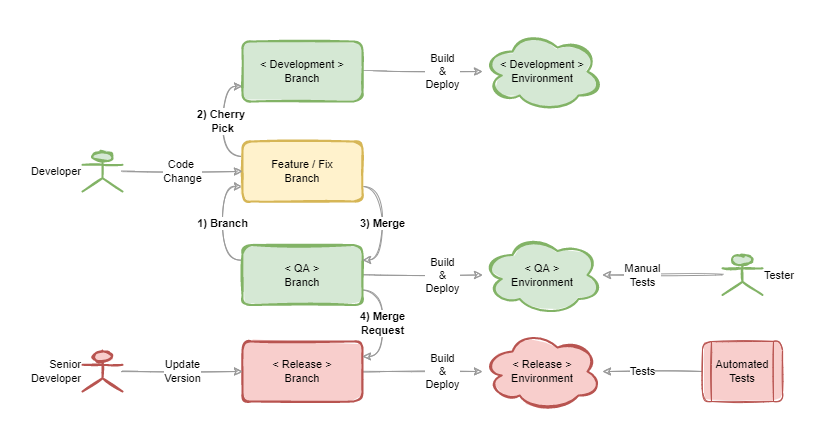
This is gitlab-flow-02-release-flow.drawio.png from andylke/docs-gitlab-flow, a draw.io export, as it was before one commit. Source tidied: cells renumbered, new cells last; positions are measured from the earlier drawing's top-left corner, leaving out a move shared by most shapes.
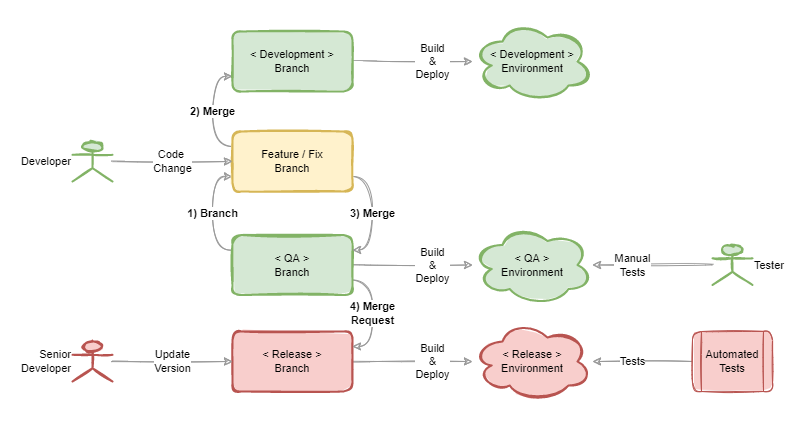
Above is the later version.

The edit, as a diff of the source:
```diff
@@ -20,7 +20,7 @@
     <mxCell id="7" value="&amp;lt; QA &amp;gt;&lt;br style=&quot;font-size: 11px;&quot;&gt;Branch" style="rounded=1;whiteSpace=wrap;html=1;sketch=1;fontSize=11;strokeColor=#82b366;strokeWidth=2;fillColor=#d5e8d4;fillStyle=solid;" parent="1" vertex="1">
       <mxGeometry x="160" y="213.5" width="120" height="60" as="geometry" />
     </mxCell>
-    <mxCell id="8" value="2) Cherry &lt;br&gt;Pick" style="edgeStyle=orthogonalEdgeStyle;curved=1;sketch=1;jettySize=auto;html=1;fontSize=11;fontColor=#000000;exitX=0;exitY=0.25;exitDx=0;exitDy=0;entryX=0;entryY=0.75;entryDx=0;entryDy=0;strokeColor=#999999;fontStyle=1;" parent="1" edge="1" source="10" target="12">
+    <mxCell id="8" value="2) Merge" style="edgeStyle=orthogonalEdgeStyle;curved=1;sketch=1;jettySize=auto;html=1;fontSize=11;fontColor=#000000;exitX=0;exitY=0.25;exitDx=0;exitDy=0;entryX=0;entryY=0.75;entryDx=0;entryDy=0;strokeColor=#999999;fontStyle=1;" parent="1" edge="1" source="10" target="12">
       <mxGeometry relative="1" as="geometry" />
     </mxCell>
     <mxCell id="9" value="3) Merge" style="edgeStyle=orthogonalEdgeStyle;jettySize=auto;html=1;exitX=1;exitY=0.75;exitDx=0;exitDy=0;entryX=1;entryY=0.25;entryDx=0;entryDy=0;curved=1;sketch=1;strokeColor=#999999;fontSize=11;fontStyle=1;" parent="1" edge="1" source="10" target="7">
```
